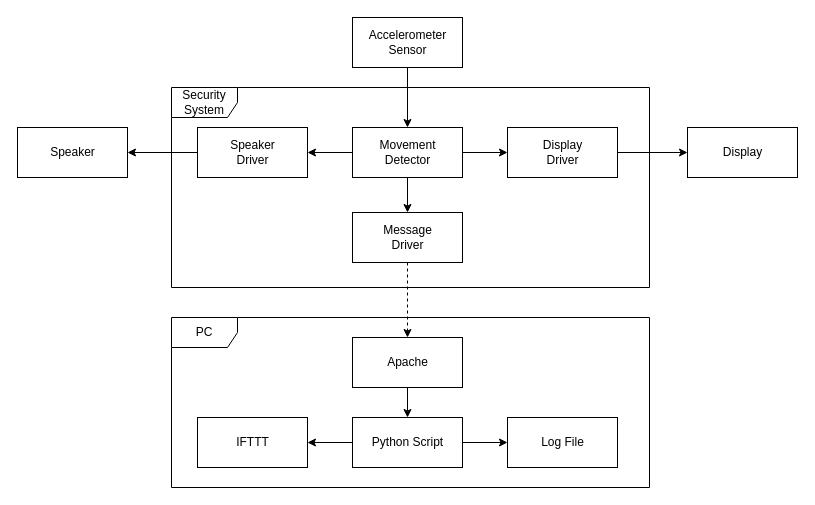
Above: Documents/Embedded Lab Project Block Diagram.drawio in LucasWagler/ECE-371-Project (draw.io), before the change. Source tidied: cells renumbered, new cells numbered last; positions are measured from the earlier drawing's top-left corner, leaving out a move shared by most shapes. Both pictures are drawn from the tidied source at 100%, with x=0, y=0 at pixel (17, 17).
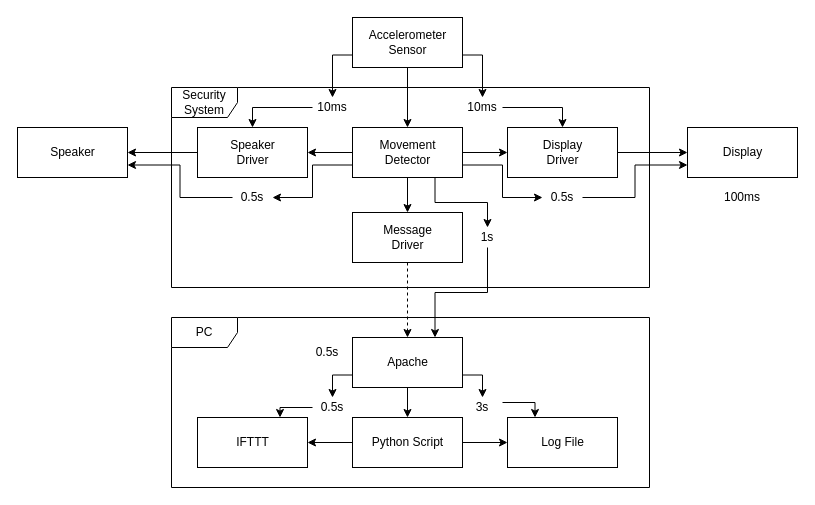
Above is the later version.

Commit message (it also covers changes not shown here):
Block Diagram Update

Unchanged cells that the change refers to:
```xml
<mxCell id="5" value="Display&lt;br&gt;Driver" style="html=1;" parent="1" vertex="1">
  <mxGeometry x="490" y="110" width="110" height="50" as="geometry" />
</mxCell>
<mxCell id="9" value="Movement&lt;br&gt;Detector" style="html=1;" parent="1" vertex="1">
  <mxGeometry x="335" y="110" width="110" height="50" as="geometry" />
</mxCell>
<mxCell id="11" value="Speaker&lt;br&gt;Driver" style="html=1;" parent="1" vertex="1">
  <mxGeometry x="180" y="110" width="110" height="50" as="geometry" />
</mxCell>
<mxCell id="14" value="Display" style="html=1;" parent="1" vertex="1">
  <mxGeometry x="670" y="110" width="110" height="50" as="geometry" />
</mxCell>
<mxCell id="15" value="Speaker" style="html=1;" parent="1" vertex="1">
  <mxGeometry y="110" width="110" height="50" as="geometry" />
</mxCell>
<mxCell id="17" value="Apache" style="html=1;" parent="1" vertex="1">
  <mxGeometry x="335" y="320" width="110" height="50" as="geometry" />
</mxCell>
<mxCell id="21" value="IFTTT" style="html=1;" parent="1" vertex="1">
  <mxGeometry x="180" y="400" width="110" height="50" as="geometry" />
</mxCell>
<mxCell id="22" value="Log File" style="html=1;" parent="1" vertex="1">
  <mxGeometry x="490" y="400" width="110" height="50" as="geometry" />
</mxCell>
<mxCell id="24" value="Accelerometer&lt;br&gt;Sensor" style="html=1;" parent="1" vertex="1">
  <mxGeometry x="335" width="110" height="50" as="geometry" />
</mxCell>
```

What changed in the source:
```diff
@@
+    <mxCell id="25" style="edgeStyle=orthogonalEdgeStyle;rounded=0;jettySize=auto;html=1;exitX=0;exitY=0.75;exitDx=0;exitDy=0;entryX=1;entryY=0.5;entryDx=0;entryDy=0;" parent="1" edge="1" source="9" target="37">
+      <mxGeometry relative="1" as="geometry" />
+    </mxCell>
+    <mxCell id="26" style="edgeStyle=orthogonalEdgeStyle;rounded=0;jettySize=auto;html=1;exitX=1;exitY=0.75;exitDx=0;exitDy=0;entryX=0;entryY=0.5;entryDx=0;entryDy=0;" parent="1" edge="1" source="9" target="39">
+      <mxGeometry relative="1" as="geometry" />
+    </mxCell>
+    <mxCell id="27" style="edgeStyle=orthogonalEdgeStyle;rounded=0;jettySize=auto;html=1;exitX=0.75;exitY=1;exitDx=0;exitDy=0;entryX=0.5;entryY=0;entryDx=0;entryDy=0;" parent="1" edge="1" source="9" target="42">
+      <mxGeometry relative="1" as="geometry" />
+    </mxCell>
@@
+    <mxCell id="28" style="edgeStyle=orthogonalEdgeStyle;rounded=0;jettySize=auto;html=1;exitX=1;exitY=0.75;exitDx=0;exitDy=0;entryX=0.5;entryY=0;entryDx=0;entryDy=0;" parent="1" edge="1" source="17" target="44">
+      <mxGeometry relative="1" as="geometry" />
+    </mxCell>
+    <mxCell id="29" style="edgeStyle=orthogonalEdgeStyle;rounded=0;jettySize=auto;html=1;exitX=0;exitY=0.75;exitDx=0;exitDy=0;entryX=0.5;entryY=0;entryDx=0;entryDy=0;" parent="1" edge="1" source="17" target="47">
+      <mxGeometry relative="1" as="geometry" />
+    </mxCell>
@@
+    <mxCell id="30" style="edgeStyle=orthogonalEdgeStyle;rounded=0;jettySize=auto;html=1;exitX=1;exitY=0.75;exitDx=0;exitDy=0;entryX=0.5;entryY=0;entryDx=0;entryDy=0;" parent="1" edge="1" source="24" target="33">
+      <mxGeometry relative="1" as="geometry" />
+    </mxCell>
+    <mxCell id="31" style="edgeStyle=orthogonalEdgeStyle;rounded=0;jettySize=auto;html=1;exitX=0;exitY=0.75;exitDx=0;exitDy=0;entryX=0.5;entryY=0;entryDx=0;entryDy=0;" parent="1" edge="1" source="24" target="35">
+      <mxGeometry relative="1" as="geometry" />
+    </mxCell>
@@
+    <mxCell id="32" style="edgeStyle=orthogonalEdgeStyle;rounded=0;jettySize=auto;html=1;exitX=1;exitY=0.5;exitDx=0;exitDy=0;entryX=0.5;entryY=0;entryDx=0;entryDy=0;" parent="1" edge="1" source="33" target="5">
+      <mxGeometry relative="1" as="geometry" />
+    </mxCell>
+    <mxCell id="33" value="10ms" style="text;html=1;strokeColor=none;fillColor=none;align=center;verticalAlign=middle;whiteSpace=wrap;rounded=0;" parent="1" vertex="1">
+      <mxGeometry x="445" y="80" width="40" height="20" as="geometry" />
+    </mxCell>
+    <mxCell id="34" style="edgeStyle=orthogonalEdgeStyle;rounded=0;jettySize=auto;html=1;exitX=0;exitY=0.5;exitDx=0;exitDy=0;entryX=0.5;entryY=0;entryDx=0;entryDy=0;" parent="1" edge="1" source="35" target="11">
+      <mxGeometry relative="1" as="geometry" />
+    </mxCell>
+    <mxCell id="35" value="10ms" style="text;html=1;strokeColor=none;fillColor=none;align=center;verticalAlign=middle;whiteSpace=wrap;rounded=0;" parent="1" vertex="1">
+      <mxGeometry x="295" y="80" width="40" height="20" as="geometry" />
+    </mxCell>
+    <mxCell id="36" style="edgeStyle=orthogonalEdgeStyle;rounded=0;jettySize=auto;html=1;exitX=0;exitY=0.5;exitDx=0;exitDy=0;entryX=1;entryY=0.75;entryDx=0;entryDy=0;" parent="1" edge="1" source="37" target="15">
+      <mxGeometry relative="1" as="geometry" />
+    </mxCell>
+    <mxCell id="37" value="0.5s" style="text;html=1;strokeColor=none;fillColor=none;align=center;verticalAlign=middle;whiteSpace=wrap;rounded=0;" parent="1" vertex="1">
+      <mxGeometry x="215" y="170" width="40" height="20" as="geometry" />
+    </mxCell>
+    <mxCell id="38" style="edgeStyle=orthogonalEdgeStyle;rounded=0;jettySize=auto;html=1;exitX=1;exitY=0.5;exitDx=0;exitDy=0;entryX=0;entryY=0.75;entryDx=0;entryDy=0;" parent="1" edge="1" source="39" target="14">
+      <mxGeometry relative="1" as="geometry" />
+    </mxCell>
+    <mxCell id="39" value="0.5s" style="text;html=1;strokeColor=none;fillColor=none;align=center;verticalAlign=middle;whiteSpace=wrap;rounded=0;" parent="1" vertex="1">
+      <mxGeometry x="525" y="170" width="40" height="20" as="geometry" />
+    </mxCell>
+    <mxCell id="40" value="100ms" style="text;html=1;strokeColor=none;fillColor=none;align=center;verticalAlign=middle;whiteSpace=wrap;rounded=0;" parent="1" vertex="1">
+      <mxGeometry x="705" y="170" width="40" height="20" as="geometry" />
+    </mxCell>
+    <mxCell id="41" style="edgeStyle=orthogonalEdgeStyle;rounded=0;jettySize=auto;html=1;exitX=0.5;exitY=1;exitDx=0;exitDy=0;entryX=0.75;entryY=0;entryDx=0;entryDy=0;" parent="1" edge="1" source="42" target="17">
+      <mxGeometry relative="1" as="geometry" />
+    </mxCell>
+    <mxCell id="42" value="1s" style="text;html=1;strokeColor=none;fillColor=none;align=center;verticalAlign=middle;whiteSpace=wrap;rounded=0;" parent="1" vertex="1">
+      <mxGeometry x="450" y="210" width="40" height="20" as="geometry" />
+    </mxCell>
+    <mxCell id="43" style="edgeStyle=orthogonalEdgeStyle;rounded=0;jettySize=auto;html=1;exitX=1;exitY=0.25;exitDx=0;exitDy=0;entryX=0.25;entryY=0;entryDx=0;entryDy=0;" parent="1" edge="1" source="44" target="22">
+      <mxGeometry relative="1" as="geometry" />
+    </mxCell>
+    <mxCell id="44" value="3s" style="text;html=1;strokeColor=none;fillColor=none;align=center;verticalAlign=middle;whiteSpace=wrap;rounded=0;" parent="1" vertex="1">
+      <mxGeometry x="445" y="380" width="40" height="20" as="geometry" />
+    </mxCell>
+    <mxCell id="45" value="0.5s" style="text;html=1;strokeColor=none;fillColor=none;align=center;verticalAlign=middle;whiteSpace=wrap;rounded=0;" parent="1" vertex="1">
+      <mxGeometry x="290" y="325" width="40" height="20" as="geometry" />
+    </mxCell>
+    <mxCell id="46" style="edgeStyle=orthogonalEdgeStyle;rounded=0;jettySize=auto;html=1;exitX=0;exitY=0.5;exitDx=0;exitDy=0;entryX=0.75;entryY=0;entryDx=0;entryDy=0;" parent="1" edge="1" source="47" target="21">
+      <mxGeometry relative="1" as="geometry" />
+    </mxCell>
+    <mxCell id="47" value="0.5s" style="text;html=1;strokeColor=none;fillColor=none;align=center;verticalAlign=middle;whiteSpace=wrap;rounded=0;" parent="1" vertex="1">
+      <mxGeometry x="295" y="380" width="40" height="20" as="geometry" />
+    </mxCell>
```
